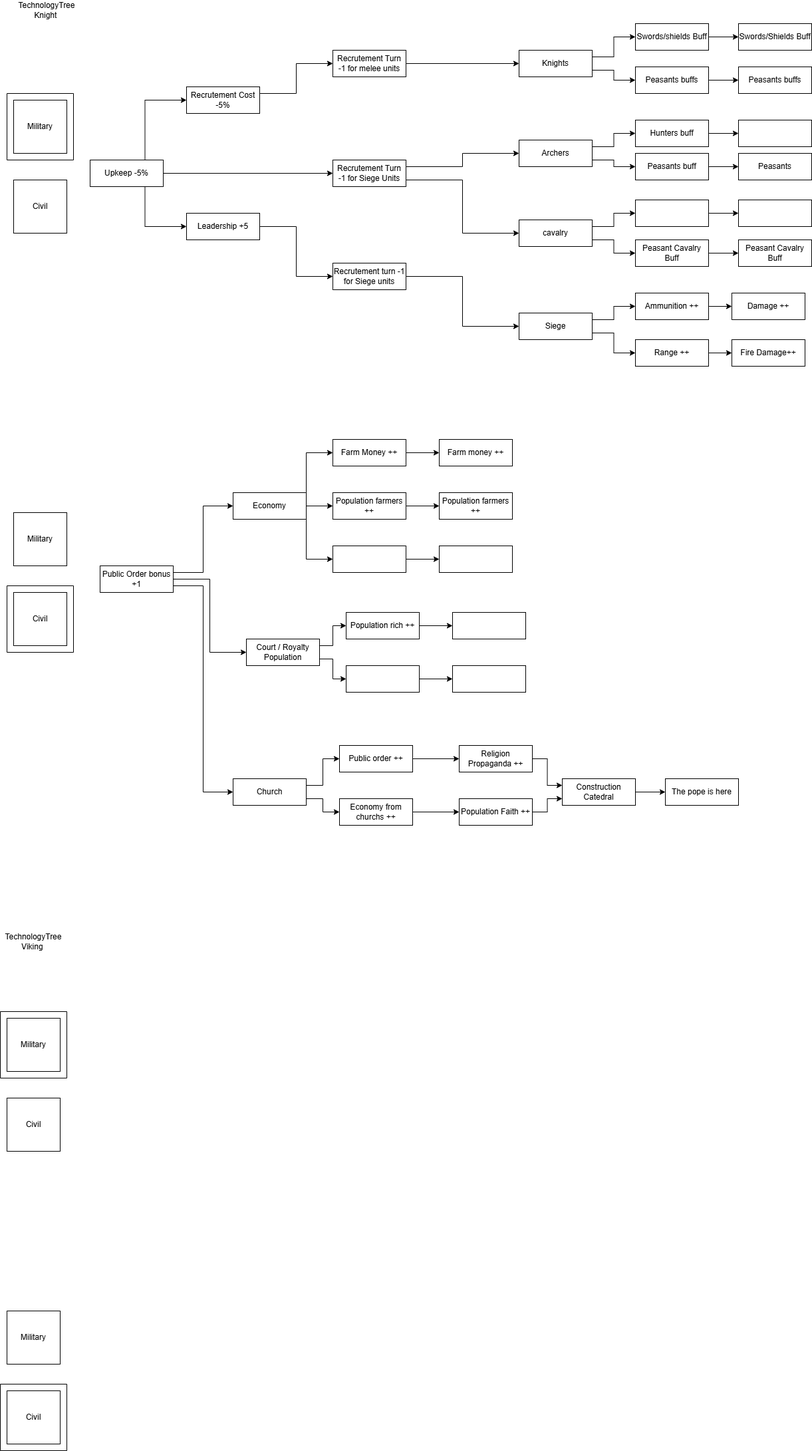
Earlier version of the draw.io export TechnologyTree.png (Ti-Loup/Total-Battle-2D). Source tidied: cells renumbered, new cells last; positions are measured from the earlier drawing's top-left corner, leaving out a move shared by most shapes.
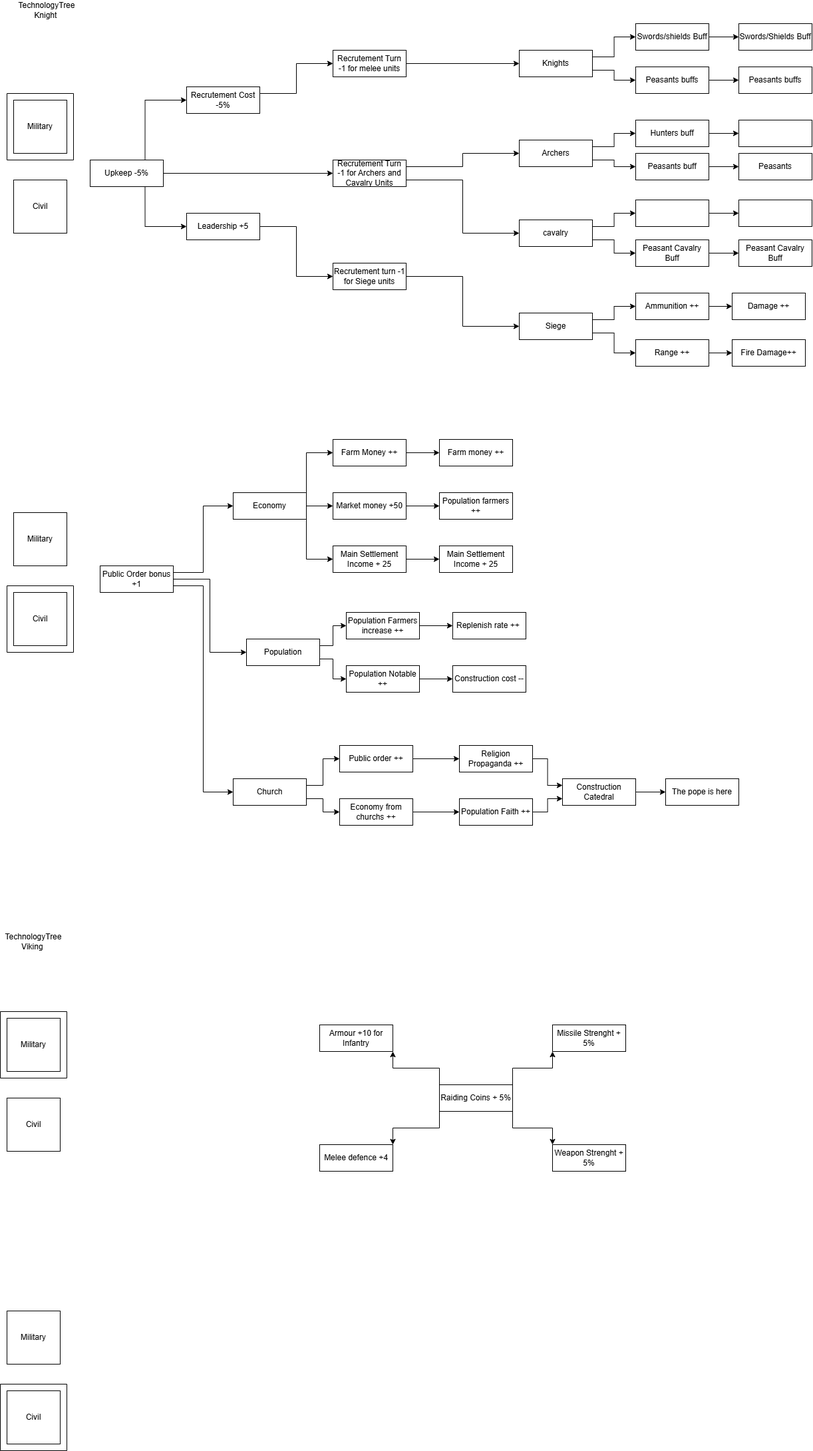
After the change.

Commit message:
Update Viking Techtree

What changed in the source:
```diff
@@ -158,7 +158,7 @@
     <mxCell id="53" style="edgeStyle=orthogonalEdgeStyle;rounded=0;jettySize=auto;html=1;exitX=1;exitY=0.75;exitDx=0;exitDy=0;entryX=0;entryY=0.5;entryDx=0;entryDy=0;" parent="1" edge="1" source="54" target="25">
       <mxGeometry relative="1" as="geometry" />
     </mxCell>
-    <mxCell id="54" value="Recrutement Turn -1 for Siege Units" style="rounded=0;whiteSpace=wrap;html=1;" parent="1" vertex="1">
+    <mxCell id="54" value="Recrutement Turn -1 for Archers and Cavalry Units" style="rounded=0;whiteSpace=wrap;html=1;" parent="1" vertex="1">
       <mxGeometry x="500" y="240" width="110" height="40" as="geometry" />
     </mxCell>
     <mxCell id="55" style="edgeStyle=orthogonalEdgeStyle;rounded=0;jettySize=auto;html=1;exitX=1;exitY=0.5;exitDx=0;exitDy=0;entryX=0;entryY=0.5;entryDx=0;entryDy=0;" parent="1" edge="1" source="56" target="16">
@@ -209,7 +209,7 @@
     <mxCell id="70" style="edgeStyle=orthogonalEdgeStyle;rounded=0;jettySize=auto;html=1;exitX=1;exitY=0.75;exitDx=0;exitDy=0;entryX=0;entryY=0.5;entryDx=0;entryDy=0;" parent="1" edge="1" source="71" target="85">
       <mxGeometry relative="1" as="geometry" />
     </mxCell>
-    <mxCell id="71" value="Court / Royalty Population" style="rounded=0;whiteSpace=wrap;html=1;" parent="1" vertex="1">
+    <mxCell id="71" value="Population" style="rounded=0;whiteSpace=wrap;html=1;" parent="1" vertex="1">
       <mxGeometry x="370" y="960" width="110" height="40" as="geometry" />
     </mxCell>
     <mxCell id="72" style="edgeStyle=orthogonalEdgeStyle;rounded=0;jettySize=auto;html=1;exitX=1;exitY=0.5;exitDx=0;exitDy=0;entryX=0;entryY=0.5;entryDx=0;entryDy=0;" parent="1" edge="1" source="73" target="74">
@@ -224,7 +224,7 @@
     <mxCell id="75" style="edgeStyle=orthogonalEdgeStyle;rounded=0;jettySize=auto;html=1;exitX=1;exitY=0.5;exitDx=0;exitDy=0;entryX=0;entryY=0.5;entryDx=0;entryDy=0;" parent="1" edge="1" source="76" target="77">
       <mxGeometry relative="1" as="geometry" />
     </mxCell>
-    <mxCell id="76" value="Population farmers ++" style="rounded=0;whiteSpace=wrap;html=1;" parent="1" vertex="1">
+    <mxCell id="76" value="Market money +50" style="rounded=0;whiteSpace=wrap;html=1;" parent="1" vertex="1">
       <mxGeometry x="500" y="740" width="110" height="40" as="geometry" />
     </mxCell>
     <mxCell id="77" value="Population farmers ++" style="rounded=0;whiteSpace=wrap;html=1;" parent="1" vertex="1">
@@ -233,28 +233,28 @@
     <mxCell id="78" style="edgeStyle=orthogonalEdgeStyle;rounded=0;jettySize=auto;html=1;exitX=1;exitY=0.5;exitDx=0;exitDy=0;entryX=0;entryY=0.5;entryDx=0;entryDy=0;" parent="1" edge="1" source="79" target="80">
       <mxGeometry relative="1" as="geometry" />
     </mxCell>
-    <mxCell id="79" style="rounded=0;whiteSpace=wrap;html=1;" parent="1" vertex="1">
+    <mxCell id="79" value="Main Settlement Income + 25" style="rounded=0;whiteSpace=wrap;html=1;" parent="1" vertex="1">
       <mxGeometry x="500" y="820" width="110" height="40" as="geometry" />
     </mxCell>
-    <mxCell id="80" style="rounded=0;whiteSpace=wrap;html=1;" parent="1" vertex="1">
+    <mxCell id="80" value="Main Settlement Income + 25" style="rounded=0;whiteSpace=wrap;html=1;" parent="1" vertex="1">
       <mxGeometry x="660" y="820" width="110" height="40" as="geometry" />
     </mxCell>
     <mxCell id="81" style="edgeStyle=orthogonalEdgeStyle;rounded=0;jettySize=auto;html=1;exitX=1;exitY=0.5;exitDx=0;exitDy=0;entryX=0;entryY=0.5;entryDx=0;entryDy=0;" parent="1" edge="1" source="82" target="83">
       <mxGeometry relative="1" as="geometry" />
     </mxCell>
-    <mxCell id="82" value="Population rich ++" style="rounded=0;whiteSpace=wrap;html=1;" parent="1" vertex="1">
+    <mxCell id="82" value="Population Farmers increase ++" style="rounded=0;whiteSpace=wrap;html=1;" parent="1" vertex="1">
       <mxGeometry x="520" y="920" width="110" height="40" as="geometry" />
     </mxCell>
-    <mxCell id="83" style="rounded=0;whiteSpace=wrap;html=1;" parent="1" vertex="1">
+    <mxCell id="83" value="Replenish rate ++&amp;nbsp;" style="rounded=0;whiteSpace=wrap;html=1;" parent="1" vertex="1">
       <mxGeometry x="680" y="920" width="110" height="40" as="geometry" />
     </mxCell>
     <mxCell id="84" style="edgeStyle=orthogonalEdgeStyle;rounded=0;jettySize=auto;html=1;exitX=1;exitY=0.5;exitDx=0;exitDy=0;entryX=0;entryY=0.5;entryDx=0;entryDy=0;" parent="1" edge="1" source="85" target="86">
       <mxGeometry relative="1" as="geometry" />
     </mxCell>
-    <mxCell id="85" style="rounded=0;whiteSpace=wrap;html=1;" parent="1" vertex="1">
+    <mxCell id="85" value="Population Notable ++" style="rounded=0;whiteSpace=wrap;html=1;" parent="1" vertex="1">
       <mxGeometry x="520" y="1000" width="110" height="40" as="geometry" />
     </mxCell>
-    <mxCell id="86" style="rounded=0;whiteSpace=wrap;html=1;" parent="1" vertex="1">
+    <mxCell id="86" value="Construction cost --" style="rounded=0;whiteSpace=wrap;html=1;" parent="1" vertex="1">
       <mxGeometry x="680" y="1000" width="110" height="40" as="geometry" />
     </mxCell>
     <mxCell id="87" style="edgeStyle=orthogonalEdgeStyle;rounded=0;jettySize=auto;html=1;exitX=1;exitY=0.25;exitDx=0;exitDy=0;entryX=0;entryY=0.5;entryDx=0;entryDy=0;" parent="1" edge="1" source="89" target="91">
@@ -317,5 +317,32 @@
     <mxCell id="106" style="swimlane;startSize=0;" parent="1" vertex="1">
       <mxGeometry y="2080" width="100" height="100" as="geometry" />
     </mxCell>
+    <mxCell id="107" style="edgeStyle=orthogonalEdgeStyle;rounded=0;jettySize=auto;html=1;exitX=0;exitY=0;exitDx=0;exitDy=0;entryX=1;entryY=1;entryDx=0;entryDy=0;" parent="1" edge="1" source="111" target="112">
+      <mxGeometry relative="1" as="geometry" />
+    </mxCell>
+    <mxCell id="108" style="edgeStyle=orthogonalEdgeStyle;rounded=0;jettySize=auto;html=1;exitX=1;exitY=0;exitDx=0;exitDy=0;entryX=0;entryY=1;entryDx=0;entryDy=0;" parent="1" edge="1" source="111" target="113">
+      <mxGeometry relative="1" as="geometry" />
+    </mxCell>
+    <mxCell id="109" style="edgeStyle=orthogonalEdgeStyle;rounded=0;jettySize=auto;html=1;exitX=1;exitY=1;exitDx=0;exitDy=0;entryX=0;entryY=0;entryDx=0;entryDy=0;" parent="1" edge="1" source="111" target="115">
+      <mxGeometry relative="1" as="geometry" />
+    </mxCell>
+    <mxCell id="110" style="edgeStyle=orthogonalEdgeStyle;rounded=0;jettySize=auto;html=1;exitX=0;exitY=1;exitDx=0;exitDy=0;entryX=1;entryY=0;entryDx=0;entryDy=0;" parent="1" edge="1" source="111" target="114">
+      <mxGeometry relative="1" as="geometry" />
+    </mxCell>
+    <mxCell id="111" value="Raiding Coins + 5%" style="rounded=0;whiteSpace=wrap;html=1;" parent="1" vertex="1">
+      <mxGeometry x="660" y="1630" width="110" height="40" as="geometry" />
+    </mxCell>
+    <mxCell id="112" value="Armour +10 for Infantry" style="rounded=0;whiteSpace=wrap;html=1;" parent="1" vertex="1">
+      <mxGeometry x="480" y="1540" width="110" height="40" as="geometry" />
+    </mxCell>
+    <mxCell id="113" value="Missile Strenght + 5%" style="rounded=0;whiteSpace=wrap;html=1;" parent="1" vertex="1">
+      <mxGeometry x="830" y="1540" width="110" height="40" as="geometry" />
+    </mxCell>
+    <mxCell id="114" value="Melee defence +4" style="rounded=0;whiteSpace=wrap;html=1;" parent="1" vertex="1">
+      <mxGeometry x="480" y="1720" width="110" height="40" as="geometry" />
+    </mxCell>
+    <mxCell id="115" value="Weapon Strenght + 5%" style="rounded=0;whiteSpace=wrap;html=1;" parent="1" vertex="1">
+      <mxGeometry x="830" y="1720" width="110" height="40" as="geometry" />
+    </mxCell>
   </root>
 </mxGraphModel>
```
